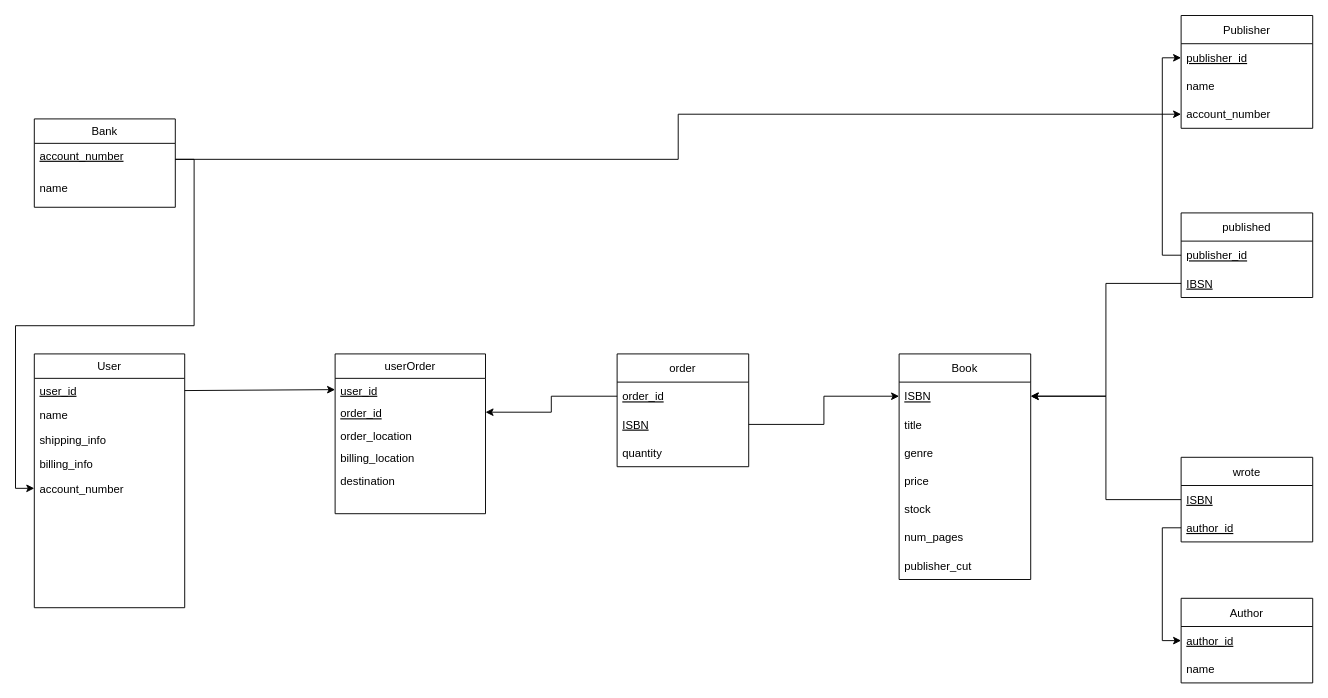
Earlier version of the draw.io diagram sql/Relation_Schema.drawio (Owen-Allen/-bookstore). Source tidied: cells renumbered, new cells numbered last; positions are measured from the earlier drawing's top-left corner, leaving out a move shared by most shapes. Both pictures are drawn from the tidied source at 94%, with x=0, y=0 at pixel (34, 15).
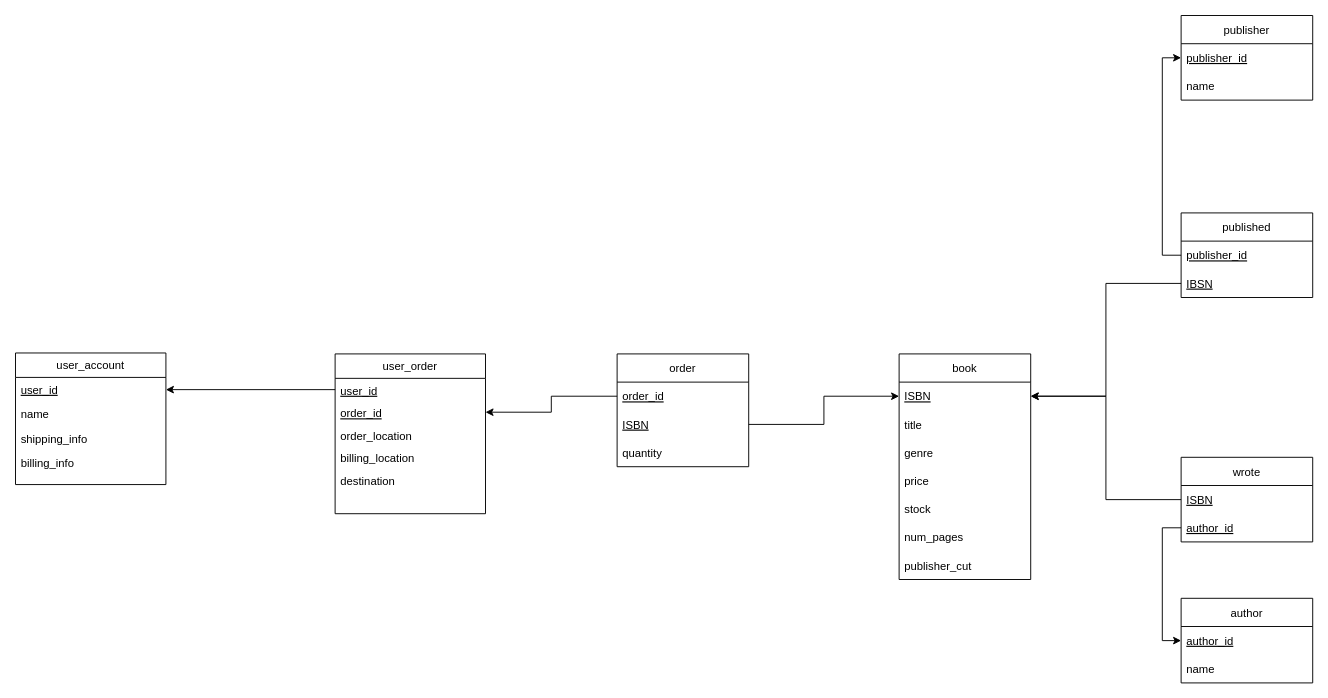
After the change.

Unchanged cells that the change refers to:
```xml
<mxCell id="3" value="user_id" style="text;align=left;verticalAlign=top;spacingLeft=4;spacingRight=4;overflow=hidden;points=[[0,0.5],[1,0.5]];portConstraint=eastwest;fontStyle=4;" parent="2" vertex="1">
  <mxGeometry y="26" width="160" height="26" as="geometry" />
</mxCell>
<mxCell id="12" value="user_id" style="text;align=left;verticalAlign=top;spacingLeft=4;spacingRight=4;overflow=hidden;points=[[0,0.5],[1,0.5]];portConstraint=eastwest;fontStyle=4;" parent="11" vertex="1">
  <mxGeometry y="26" width="160" height="24" as="geometry" />
</mxCell>
```

The edit, as a diff of the source:
```diff
@@
-    <mxCell id="2" value="User" style="swimlane;fontStyle=0;align=center;verticalAlign=top;horizontal=1;startSize=26;rounded=0;shadow=0;strokeWidth=1;" parent="1" vertex="1">
-      <mxGeometry y="360" width="160" height="270" as="geometry" />
+    <mxCell id="2" value="user_account" style="swimlane;fontStyle=0;align=center;verticalAlign=top;horizontal=1;startSize=26;rounded=0;shadow=0;strokeWidth=1;" parent="1" vertex="1">
+      <mxGeometry x="-20" y="359" width="160" height="140" as="geometry" />
     </mxCell>
@@
-    <mxCell id="7" value="account_number&#10;" style="text;align=left;verticalAlign=top;spacingLeft=4;spacingRight=4;overflow=hidden;points=[[0,0.5],[1,0.5]];portConstraint=eastwest;rounded=0;shadow=0;html=0;" parent="2" vertex="1">
-      <mxGeometry y="130" width="160" height="26" as="geometry" />
-    </mxCell>
-    <mxCell id="8" value="Bank" style="swimlane;fontStyle=0;align=center;verticalAlign=top;horizontal=1;startSize=26;rounded=0;shadow=0;strokeWidth=1;" parent="1" vertex="1">
-      <mxGeometry y="110" width="150" height="94" as="geometry" />
-    </mxCell>
-    <mxCell id="9" value="account_number" style="text;align=left;verticalAlign=top;spacingLeft=4;spacingRight=4;overflow=hidden;points=[[0,0.5],[1,0.5]];portConstraint=eastwest;fontStyle=4;" parent="8" vertex="1">
-      <mxGeometry y="26" width="150" height="34" as="geometry" />
-    </mxCell>
-    <mxCell id="10" value="name" style="text;align=left;verticalAlign=top;spacingLeft=4;spacingRight=4;overflow=hidden;" parent="8" vertex="1">
-      <mxGeometry y="60" width="150" height="34" as="geometry" />
-    </mxCell>
-    <mxCell id="11" value="userOrder" style="swimlane;fontStyle=0;align=center;verticalAlign=top;horizontal=1;startSize=26;rounded=0;shadow=0;strokeWidth=1;" parent="1" vertex="1">
+    <mxCell id="11" value="user_order" style="swimlane;fontStyle=0;align=center;verticalAlign=top;horizontal=1;startSize=26;rounded=0;shadow=0;strokeWidth=1;" parent="1" vertex="1">
       <mxGeometry x="320" y="360" width="160" height="170" as="geometry" />
     </mxCell>
@@
-    <mxCell id="21" style="endArrow=classic;html=1;rounded=0;exitX=1;exitY=0.5;exitDx=0;exitDy=0;entryX=0;entryY=0.5;entryDx=0;entryDy=0;" parent="1" edge="1" source="3" target="12">
-      <mxGeometry relative="1" as="geometry" />
-    </mxCell>
@@
-    <mxCell id="23" value="Book" style="swimlane;fontStyle=0;horizontal=1;startSize=30;" parent="1" vertex="1">
+    <mxCell id="23" value="book" style="swimlane;fontStyle=0;horizontal=1;startSize=30;" parent="1" vertex="1">
       <mxGeometry x="920" y="360" width="140" height="240" as="geometry" />
     </mxCell>
@@
-    <mxCell id="32" value="Author" style="swimlane;fontStyle=0;horizontal=1;startSize=30;fillColor=none;gradientColor=none;" parent="1" vertex="1">
+    <mxCell id="32" value="author" style="swimlane;fontStyle=0;horizontal=1;startSize=30;fillColor=none;gradientColor=none;" parent="1" vertex="1">
       <mxGeometry x="1220" y="620" width="140" height="90" as="geometry" />
     </mxCell>
@@
-    <mxCell id="43" value="Publisher" style="swimlane;fontStyle=0;horizontal=1;startSize=30;fillColor=none;gradientColor=none;" parent="1" vertex="1">
-      <mxGeometry x="1220" width="140" height="120" as="geometry" />
+    <mxCell id="43" value="publisher" style="swimlane;fontStyle=0;horizontal=1;startSize=30;fillColor=none;gradientColor=none;" parent="1" vertex="1">
+      <mxGeometry x="1220" width="140" height="90" as="geometry" />
     </mxCell>
@@
-    <mxCell id="46" value="account_number" style="text;strokeColor=none;fillColor=none;align=left;verticalAlign=middle;spacingLeft=4;spacingRight=4;overflow=hidden;points=[[0,0.5],[1,0.5]];portConstraint=eastwest;" parent="43" vertex="1">
-      <mxGeometry y="90" width="140" height="30" as="geometry" />
-    </mxCell>
@@
-    <mxCell id="49" style="edgeStyle=orthogonalEdgeStyle;rounded=0;jettySize=auto;html=1;entryX=0;entryY=0.5;entryDx=0;entryDy=0;" parent="1" edge="1" source="9" target="46">
-      <mxGeometry relative="1" as="geometry" />
-    </mxCell>
-    <mxCell id="50" style="edgeStyle=orthogonalEdgeStyle;rounded=0;jettySize=auto;html=1;entryX=0;entryY=0.5;entryDx=0;entryDy=0;" parent="1" edge="1" source="9" target="7">
-      <mxGeometry relative="1" as="geometry" />
-    </mxCell>
+    <mxCell id="51" style="edgeStyle=orthogonalEdgeStyle;rounded=0;jettySize=auto;html=1;entryX=1;entryY=0.5;entryDx=0;entryDy=0;" parent="1" edge="1" source="12" target="3">
+      <mxGeometry relative="1" as="geometry" />
+    </mxCell>
```
